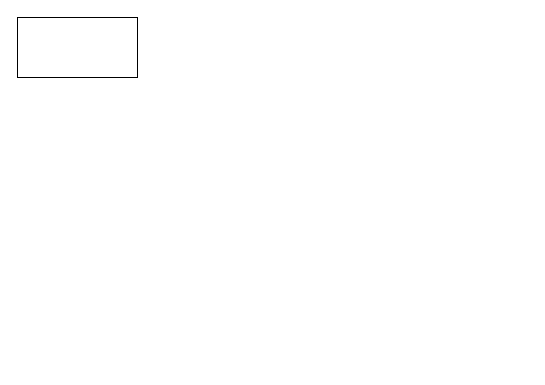
Before: 项目/测试/未命名绘图.drawio in lierlin/liuchengtu, a draw.io diagram. Source tidied: cells renumbered, new cells numbered last; positions are measured from the earlier drawing's top-left corner, leaving out a move shared by most shapes. Both pictures are drawn from the tidied source at 100%, with x=0, y=0 at pixel (17, 17).
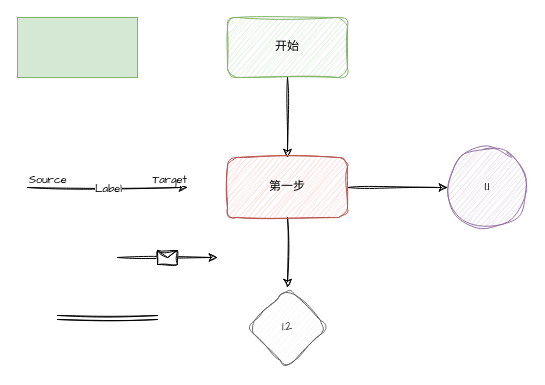
The same page after the edit.

Commit message:
更新未命名绘图.drawio

Diff of the diagram source:
```diff
@@
-    <mxCell id="2" style="rounded=0;whiteSpace=wrap;html=1;" parent="1" vertex="1">
+    <mxCell id="2" style="rounded=0;whiteSpace=wrap;html=1;fillColor=#d5e8d4;strokeColor=#82b366;" parent="1" vertex="1">
       <mxGeometry width="120" height="60" as="geometry" />
     </mxCell>
+    <mxCell id="3" style="edgeStyle=orthogonalEdgeStyle;rounded=0;sketch=1;hachureGap=4;jiggle=2;curveFitting=1;jettySize=auto;html=1;fontFamily=Architects Daughter;" parent="1" edge="1" source="4" target="7">
+      <mxGeometry relative="1" as="geometry" />
+    </mxCell>
+    <mxCell id="4" value="开始" style="rounded=1;whiteSpace=wrap;html=1;sketch=1;hachureGap=4;jiggle=2;curveFitting=1;fontFamily=Architects Daughter;fillColor=#d5e8d4;strokeColor=#82b366;" parent="1" vertex="1">
+      <mxGeometry x="210" width="120" height="60" as="geometry" />
+    </mxCell>
+    <mxCell id="5" style="edgeStyle=orthogonalEdgeStyle;rounded=0;sketch=1;hachureGap=4;jiggle=2;curveFitting=1;jettySize=auto;html=1;fontFamily=Architects Daughter;" parent="1" edge="1" source="7" target="8">
+      <mxGeometry relative="1" as="geometry" />
+    </mxCell>
+    <mxCell id="6" style="edgeStyle=orthogonalEdgeStyle;rounded=0;sketch=1;hachureGap=4;jiggle=2;curveFitting=1;jettySize=auto;html=1;fontFamily=Architects Daughter;" parent="1" edge="1" source="7" target="9">
+      <mxGeometry relative="1" as="geometry" />
+    </mxCell>
+    <mxCell id="7" value="第一步" style="whiteSpace=wrap;html=1;fontFamily=Architects Daughter;rounded=1;sketch=1;hachureGap=4;jiggle=2;curveFitting=1;fillColor=#f8cecc;strokeColor=#b85450;" parent="1" vertex="1">
+      <mxGeometry x="210" y="140" width="120" height="60" as="geometry" />
+    </mxCell>
+    <mxCell id="8" value="1.1" style="ellipse;whiteSpace=wrap;html=1;fontFamily=Architects Daughter;rounded=1;sketch=1;hachureGap=4;jiggle=2;curveFitting=1;fillColor=#e1d5e7;strokeColor=#9673a6;" parent="1" vertex="1">
+      <mxGeometry x="430" y="130" width="80" height="80" as="geometry" />
+    </mxCell>
+    <mxCell id="9" value="1.2" style="rhombus;whiteSpace=wrap;html=1;fontFamily=Architects Daughter;rounded=1;sketch=1;hachureGap=4;jiggle=2;curveFitting=1;fillColor=#f5f5f5;fontColor=#333333;strokeColor=#666666;" parent="1" vertex="1">
+      <mxGeometry x="230" y="270" width="80" height="80" as="geometry" />
+    </mxCell>
+    <mxCell id="10" style="endArrow=classic;html=1;rounded=0;sketch=1;hachureGap=4;jiggle=2;curveFitting=1;fontFamily=Architects Daughter;" parent="1" edge="1">
+      <mxGeometry relative="1" as="geometry">
+        <mxPoint x="100" y="240" as="sourcePoint" />
+        <mxPoint x="200" y="240" as="targetPoint" />
+      </mxGeometry>
+    </mxCell>
+    <mxCell id="11" style="shape=message;html=1;sketch=1;hachureGap=4;jiggle=2;curveFitting=1;fontFamily=Architects Daughter;" parent="10" vertex="1">
+      <mxGeometry width="20" height="14" relative="1" as="geometry">
+        <mxPoint x="-10" y="-7" as="offset" />
+      </mxGeometry>
+    </mxCell>
+    <mxCell id="12" style="endArrow=classic;html=1;rounded=0;sketch=1;hachureGap=4;jiggle=2;curveFitting=1;fontFamily=Architects Daughter;" parent="1" edge="1">
+      <mxGeometry relative="1" as="geometry">
+        <mxPoint x="10" y="170" as="sourcePoint" />
+        <mxPoint x="170" y="170" as="targetPoint" />
+      </mxGeometry>
+    </mxCell>
+    <mxCell id="13" value="Label" style="edgeLabel;html=1;align=center;verticalAlign=middle;sketch=1;hachureGap=4;jiggle=2;curveFitting=1;fontFamily=Architects Daughter;" parent="12" vertex="1">
+      <mxGeometry relative="1" as="geometry" />
+    </mxCell>
+    <mxCell id="14" value="Source" style="edgeLabel;html=1;align=left;verticalAlign=bottom;sketch=1;hachureGap=4;jiggle=2;curveFitting=1;fontFamily=Architects Daughter;" parent="12" vertex="1">
+      <mxGeometry x="-1" relative="1" as="geometry" />
+    </mxCell>
+    <mxCell id="15" value="Target" style="edgeLabel;html=1;align=right;verticalAlign=bottom;sketch=1;hachureGap=4;jiggle=2;curveFitting=1;fontFamily=Architects Daughter;" parent="12" vertex="1">
+      <mxGeometry x="1" relative="1" as="geometry" />
+    </mxCell>
+    <mxCell id="16" style="shape=link;html=1;rounded=0;sketch=1;hachureGap=4;jiggle=2;curveFitting=1;fontFamily=Architects Daughter;" parent="1" edge="1">
+      <mxGeometry relative="1" as="geometry">
+        <mxPoint x="40" y="300" as="sourcePoint" />
+        <mxPoint x="140" y="300" as="targetPoint" />
+      </mxGeometry>
+    </mxCell>
```
